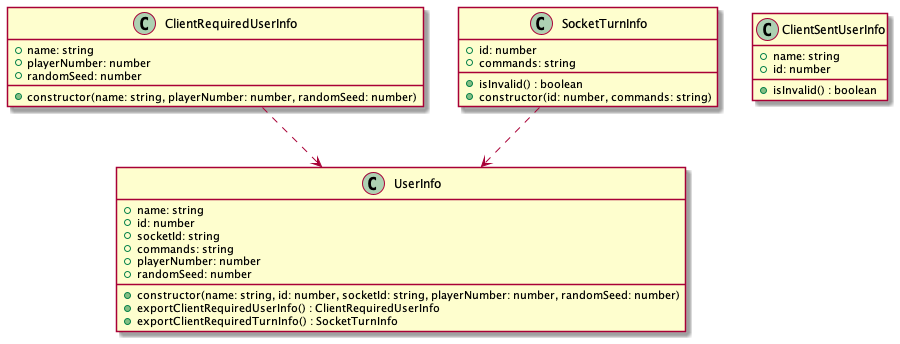
The PlantUML diagram docs/class_diagrams/out/server.png in cs130-w21/13, before a commit.
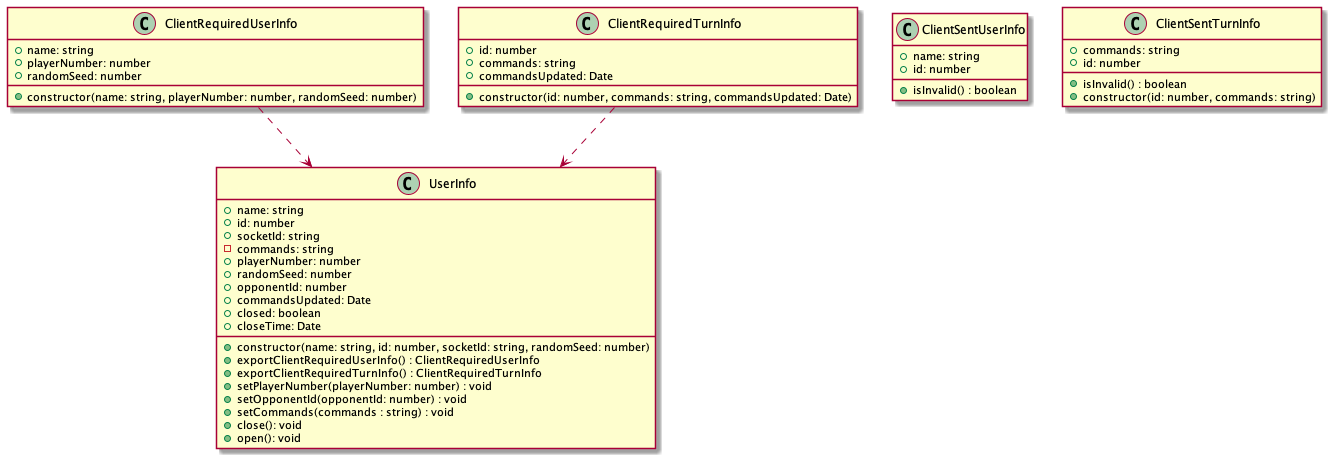
After the commit.

Commit message:
new server diagrams

Change to the diagram source:
```diff
@@ -5,13 +5,23 @@
     + name: string
     + id: number
     + socketId: string
-    + commands: string
+    - commands: string
     + playerNumber: number
     + randomSeed: number
-    + constructor(name: string, id: number, socketId: string, playerNumber: number, randomSeed: number)
+    + opponentId: number
+    + commandsUpdated: Date
+    + closed: boolean
+    + closeTime: Date
+    + constructor(name: string, id: number, socketId: string, randomSeed: number)
     + exportClientRequiredUserInfo() : ClientRequiredUserInfo
-    + exportClientRequiredTurnInfo() : SocketTurnInfo
+    + exportClientRequiredTurnInfo() : ClientRequiredTurnInfo
+    + setPlayerNumber(playerNumber: number) : void
+    + setOpponentId(opponentId: number) : void
+    + setCommands(commands : string) : void
+    + close(): void
+    + open(): void
 }
+
 
 class ClientRequiredUserInfo {
     + name: string
@@ -21,18 +31,26 @@
 }
 ClientRequiredUserInfo ..> UserInfo
 
+class ClientRequiredTurnInfo {
+    + id: number
+    + commands: string
+    + commandsUpdated: Date
+    + constructor(id: number, commands: string, commandsUpdated: Date)
+}
+ClientRequiredTurnInfo ..> UserInfo
+
 class ClientSentUserInfo {
     + name: string
     + id: number
     + isInvalid() : boolean
 }
 
-class SocketTurnInfo {
+class ClientSentTurnInfo {
+    + commands: string
     + id: number
-    + commands: string
     + isInvalid() : boolean
     + constructor(id: number, commands: string)
 }
-SocketTurnInfo ..> UserInfo
+
 
 @enduml
```
